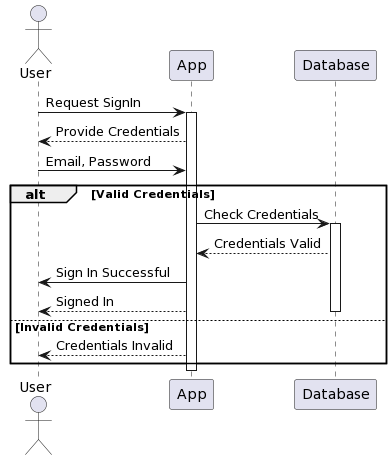
Earlier version of the PlantUML export Lab1/Lab1.2/Sequencediagram/SignIn/SignIn.png (LeDuy0806/SE357-Practice-Class).
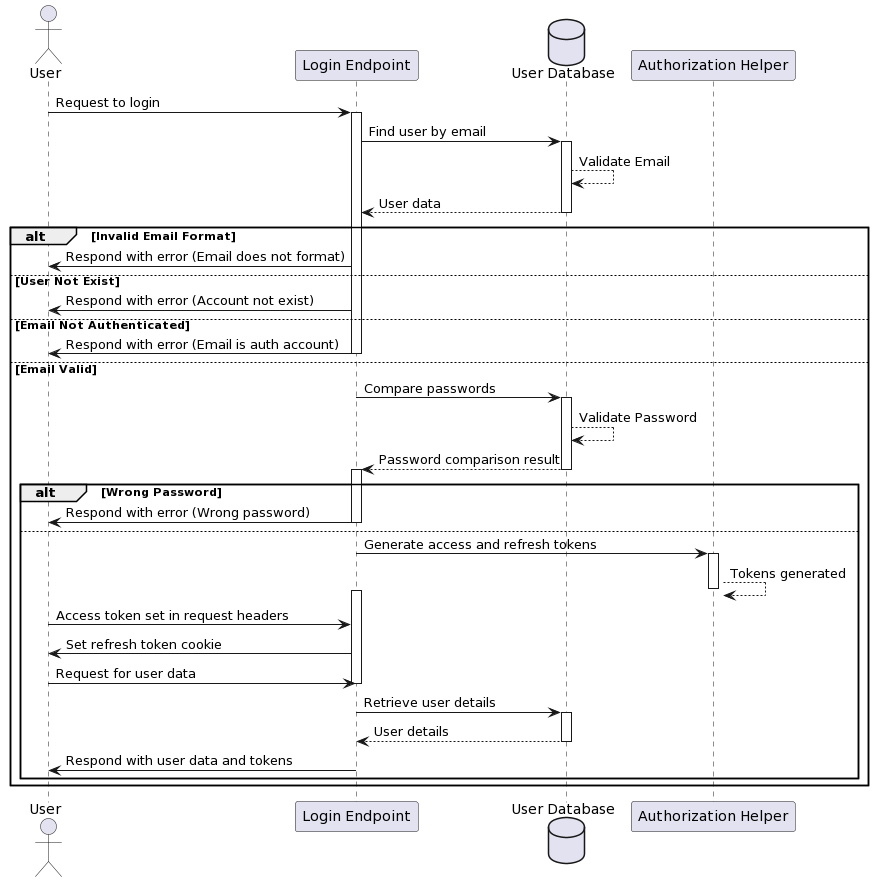
Above is the later version.

The edit, as a diff of the source:
```diff
@@ -1,21 +1,54 @@
 @startuml
-actor User
-User -> App: Request SignIn
-activate App
+actor User as U
+participant "Login Endpoint" as LoginEndpoint
+database "User Database" as DB
+participant "Authorization Helper" as AuthHelper
 
-User <-- App: Provide Credentials
-User -> App: Email, Password
+U -> LoginEndpoint: Request to login
+activate LoginEndpoint
+LoginEndpoint -> DB: Find user by email
+activate DB
+DB --> DB: Validate Email
+DB --> LoginEndpoint: User data
+deactivate DB
 
-alt Valid Credentials
-    App -> Database: Check Credentials
-    activate Database
-    App <-- Database: Credentials Valid
-    App -> User: Sign In Successful
-    User <-- App: Signed In
-    deactivate Database
-else Invalid Credentials
-    App --> User: Credentials Invalid
+alt Invalid Email Format
+    LoginEndpoint -> U: Respond with error (Email does not format)
+else User Not Exist
+    LoginEndpoint -> U: Respond with error (Account not exist)
+else Email Not Authenticated
+    LoginEndpoint -> U: Respond with error (Email is auth account)
+    deactivate LoginEndpoint
+else Email Valid
+    LoginEndpoint -> DB: Compare passwords
+    activate DB
+    DB --> DB: Validate Password
+    DB --> LoginEndpoint: Password comparison result
+    deactivate DB
+
+    alt Wrong Password
+        activate LoginEndpoint
+        LoginEndpoint -> U: Respond with error (Wrong password)
+        deactivate LoginEndpoint
+    else
+        LoginEndpoint -> AuthHelper: Generate access and refresh tokens
+        activate AuthHelper
+        AuthHelper --> AuthHelper: Tokens generated
+        deactivate AuthHelper
+
+
+        activate LoginEndpoint
+        U -> LoginEndpoint: Access token set in request headers
+        LoginEndpoint -> U: Set refresh token cookie
+        U -> LoginEndpoint: Request for user data
+        deactivate LoginEndpoint
+
+        LoginEndpoint -> DB: Retrieve user details
+        activate DB
+        DB --> LoginEndpoint: User details
+        deactivate DB
+        LoginEndpoint -> U: Respond with user data and tokens
+        deactivate LoginEndpoint
+    end
 end
-
-deactivate App
 @enduml
```
